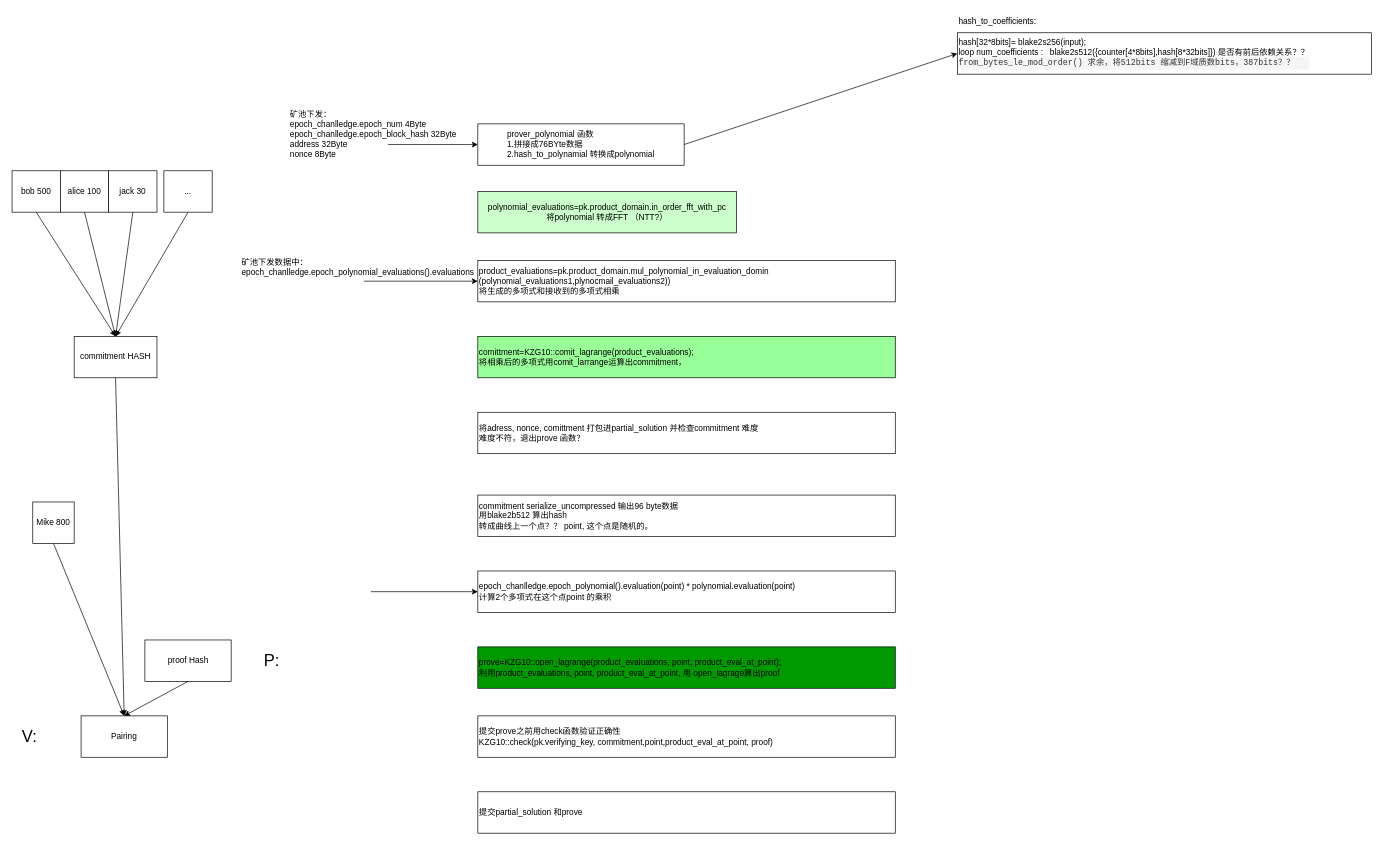
This is page "第 1 页" (1 of 2) of aleo.drawio from aguilzu00/aleo-prover, a draw.io file, before an edit. Source tidied: cells renumbered, new cells numbered last; positions are measured from the earlier drawing's top-left corner, leaving out a move shared by most shapes. Both pictures are drawn from the tidied source at 69%, with x=0, y=0 at pixel (12, 12).
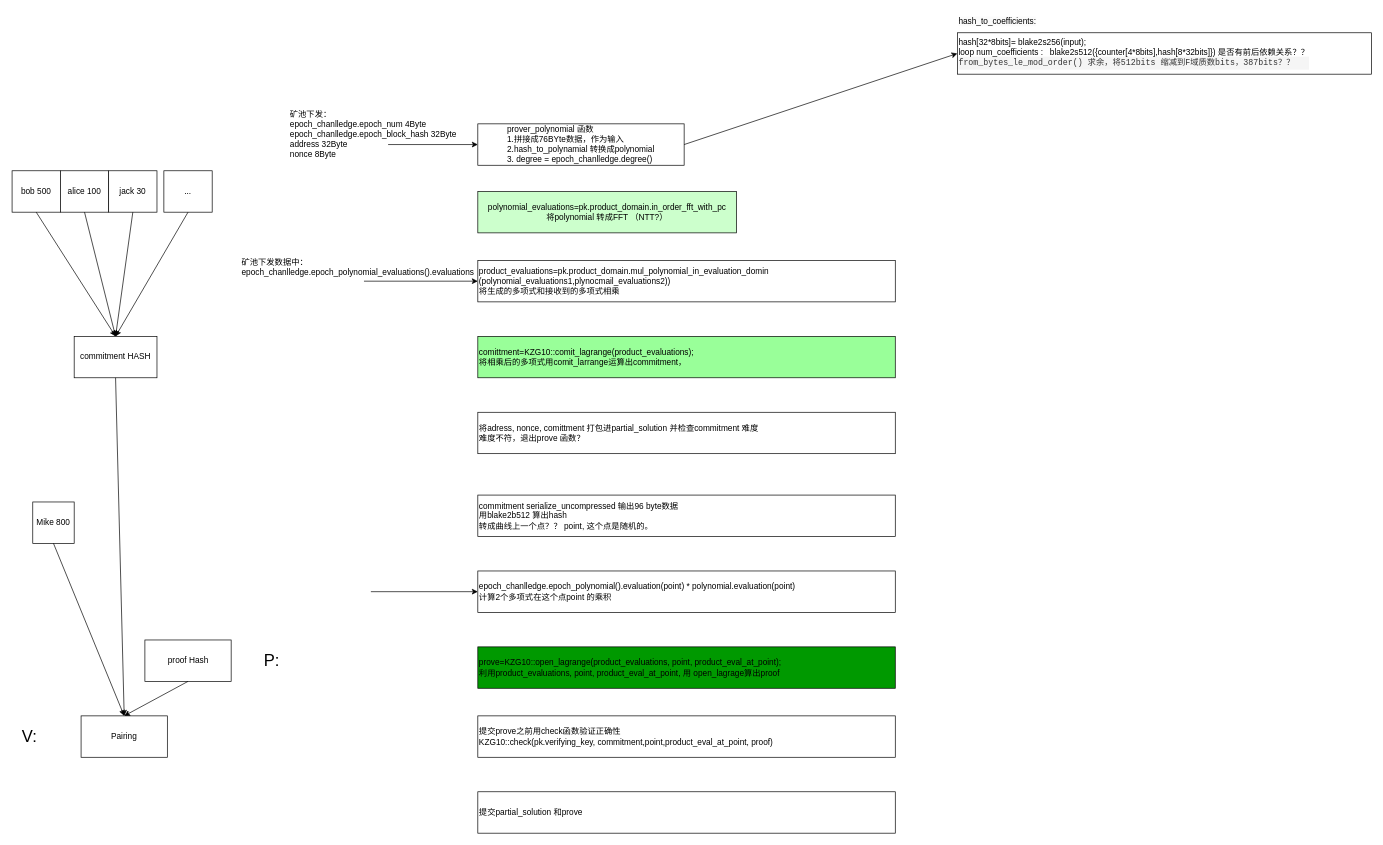
The same diagram, later.

Change to the diagram source:
```diff
@@
-    <mxCell id="2" value="&lt;div style=&quot;text-align: left;&quot;&gt;&lt;span style=&quot;background-color: initial;&quot;&gt;prover_polynomial 函数&lt;/span&gt;&lt;/div&gt;&lt;div style=&quot;text-align: left;&quot;&gt;&lt;span style=&quot;background-color: initial;&quot;&gt;1.拼接成76BYte数据&lt;/span&gt;&lt;/div&gt;&lt;div style=&quot;text-align: left;&quot;&gt;&lt;span style=&quot;background-color: initial;&quot;&gt;2.hash_to_polynamial 转换成polynomial&lt;/span&gt;&lt;/div&gt;" style="rounded=0;whiteSpace=wrap;html=1;" parent="1" vertex="1">
+    <mxCell id="2" value="&lt;div style=&quot;text-align: left;&quot;&gt;&lt;span style=&quot;background-color: initial;&quot;&gt;prover_polynomial 函数&lt;/span&gt;&lt;/div&gt;&lt;div style=&quot;text-align: left;&quot;&gt;&lt;span style=&quot;background-color: initial;&quot;&gt;1.拼接成76BYte数据，作为输入&lt;/span&gt;&lt;/div&gt;&lt;div style=&quot;text-align: left;&quot;&gt;&lt;span style=&quot;background-color: initial;&quot;&gt;2.hash_to_polynamial 转换成polynomial&lt;/span&gt;&lt;/div&gt;&lt;div style=&quot;text-align: left;&quot;&gt;&lt;span style=&quot;background-color: initial;&quot;&gt;3. degree = epoch_chanlledge.degree()&lt;/span&gt;&lt;/div&gt;" style="rounded=0;whiteSpace=wrap;html=1;" parent="1" vertex="1">
       <mxGeometry x="675" y="162" width="299" height="60" as="geometry" />
     </mxCell>
```
